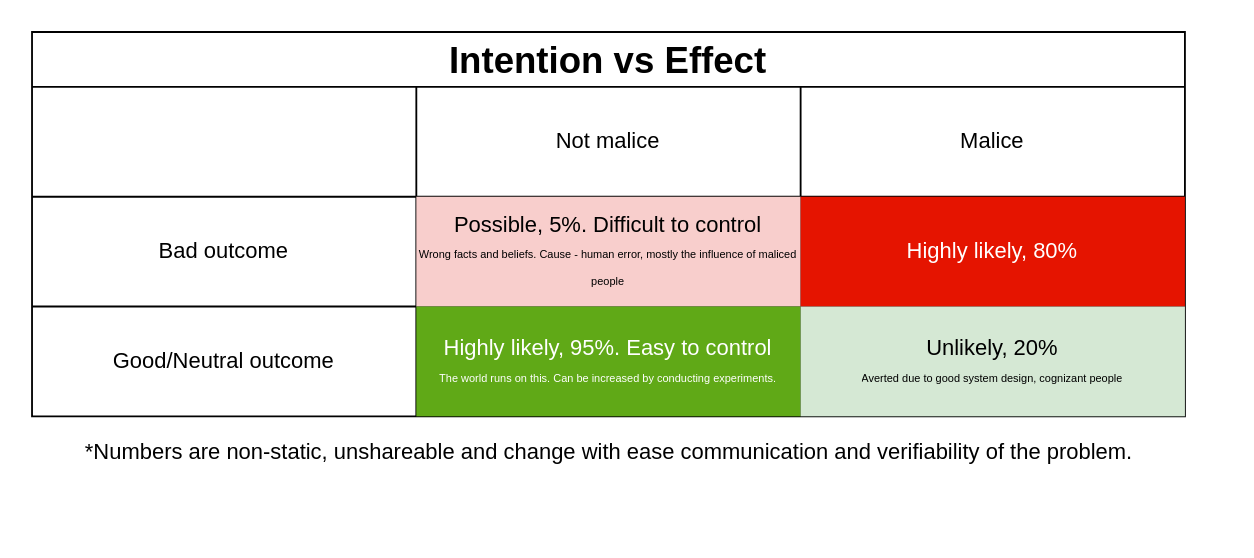
sanjar-life-flow/sanjar-PVS keeps this draw.io diagram as 15._Perception_Filter/malice_effect.drawio. Above is the earlier version. Source tidied: cells renumbered, new cells numbered last; positions are measured from the earlier drawing's top-left corner, leaving out a move shared by most shapes. Both pictures are drawn from the tidied source at 183%, with x=0, y=0 at pixel (31, 31).
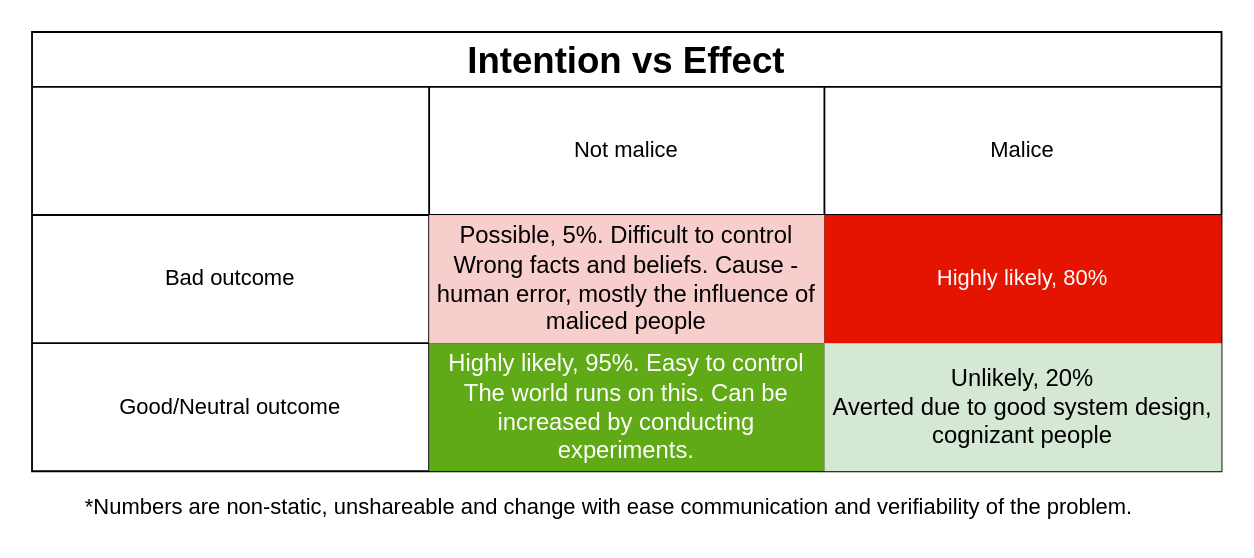
Above is the later version.

Commit message:
Small change to intention-cause table

The edit, as a diff of the source:
```diff
@@
 <mxGraphModel>
   <root>
     <mxCell id="0" />
     <mxCell id="1" parent="0" />
     <mxCell id="2" value="&lt;font style=&quot;font-size: 20px&quot;&gt;Intention vs Effect&lt;/font&gt;" style="shape=table;html=1;whiteSpace=wrap;startSize=30;childLayout=tableLayout;fontStyle=1;align=center;" parent="1" vertex="1">
-      <mxGeometry width="630" height="210" as="geometry" />
+      <mxGeometry width="650" height="240" as="geometry" />
     </mxCell>
     <mxCell id="3" style="shape=partialRectangle;html=1;whiteSpace=wrap;fillColor=none;top=0;left=0;bottom=0;right=0;" parent="2" vertex="1">
-      <mxGeometry y="30" width="630" height="60" as="geometry" />
+      <mxGeometry y="30" width="650" height="70" as="geometry" />
     </mxCell>
     <mxCell id="4" style="shape=partialRectangle;html=1;whiteSpace=wrap;fillColor=none;top=0;left=0;bottom=0;right=0;overflow=hidden;" parent="3" vertex="1">
-      <mxGeometry width="210" height="60" as="geometry" />
+      <mxGeometry width="217" height="70" as="geometry" />
     </mxCell>
     <mxCell id="5" value="Not malice" style="shape=partialRectangle;html=1;whiteSpace=wrap;fillColor=none;top=0;left=0;bottom=0;right=0;overflow=hidden;" parent="3" vertex="1">
-      <mxGeometry x="210" width="210" height="60" as="geometry" />
+      <mxGeometry x="217" width="216" height="70" as="geometry" />
     </mxCell>
     <mxCell id="6" value="Malice" style="shape=partialRectangle;html=1;whiteSpace=wrap;fillColor=none;top=0;left=0;bottom=0;right=0;overflow=hidden;" parent="3" vertex="1">
-      <mxGeometry x="420" width="210" height="60" as="geometry" />
+      <mxGeometry x="433" width="217" height="70" as="geometry" />
     </mxCell>
     <mxCell id="7" style="shape=partialRectangle;html=1;whiteSpace=wrap;fillColor=none;top=0;left=0;bottom=0;right=0;" parent="2" vertex="1">
-      <mxGeometry y="90" width="630" height="60" as="geometry" />
+      <mxGeometry y="100" width="650" height="70" as="geometry" />
     </mxCell>
     <mxCell id="8" value="&lt;font style=&quot;font-size: 12px&quot;&gt;Bad outcome&lt;/font&gt;" style="shape=partialRectangle;html=1;whiteSpace=wrap;fillColor=none;top=0;left=0;bottom=0;right=0;overflow=hidden;" parent="7" vertex="1">
-      <mxGeometry width="210" height="60" as="geometry" />
+      <mxGeometry width="217" height="70" as="geometry" />
     </mxCell>
-    <mxCell id="9" value="Possible, 5%. Difficult to control&lt;br&gt;&lt;font style=&quot;font-size: 6px&quot;&gt;Wrong facts and beliefs. Cause - human error, mostly the influence of maliced people&lt;/font&gt;" style="shape=partialRectangle;html=1;whiteSpace=wrap;fillColor=#f8cecc;top=0;left=0;bottom=0;right=0;overflow=hidden;strokeColor=#b85450;align=center;" parent="7" vertex="1">
-      <mxGeometry x="210" width="210" height="60" as="geometry" />
+    <mxCell id="9" value="&lt;font color=&quot;#000000&quot; style=&quot;font-size: 13px&quot;&gt;Possible, 5%. Difficult to control&lt;br&gt;&lt;font style=&quot;font-size: 13px&quot;&gt;Wrong facts and beliefs. Cause - human error, mostly the influence of maliced people&lt;/font&gt;&lt;/font&gt;" style="shape=partialRectangle;html=1;whiteSpace=wrap;fillColor=#f8cecc;top=0;left=0;bottom=0;right=0;overflow=hidden;strokeColor=#b85450;align=center;" parent="7" vertex="1">
+      <mxGeometry x="217" width="216" height="70" as="geometry" />
     </mxCell>
     <mxCell id="10" value="Highly likely, 80%" style="shape=partialRectangle;html=1;whiteSpace=wrap;fillColor=#e51400;top=0;left=0;bottom=0;right=0;overflow=hidden;strokeColor=#B20000;fontColor=#ffffff;" parent="7" vertex="1">
-      <mxGeometry x="420" width="210" height="60" as="geometry" />
+      <mxGeometry x="433" width="217" height="70" as="geometry" />
     </mxCell>
     <mxCell id="11" style="shape=partialRectangle;html=1;whiteSpace=wrap;fillColor=none;top=0;left=0;bottom=0;right=0;" parent="2" vertex="1">
-      <mxGeometry y="150" width="630" height="60" as="geometry" />
+      <mxGeometry y="170" width="650" height="70" as="geometry" />
     </mxCell>
     <mxCell id="12" value="Good/Neutral outcome" style="shape=partialRectangle;html=1;whiteSpace=wrap;fillColor=none;top=0;left=0;bottom=0;right=0;overflow=hidden;" parent="11" vertex="1">
-      <mxGeometry width="210" height="60" as="geometry" />
+      <mxGeometry width="217" height="70" as="geometry" />
     </mxCell>
-    <mxCell id="13" value="Highly likely, 95%. Easy to control&lt;br style=&quot;font-size: 6px&quot;&gt;&lt;font style=&quot;font-size: 6px&quot;&gt;The world runs on this. Can be increased by conducting experiments.&lt;/font&gt;" style="shape=partialRectangle;html=1;whiteSpace=wrap;fillColor=#60a917;top=0;left=0;bottom=0;right=0;overflow=hidden;strokeColor=#2D7600;fontColor=#ffffff;" parent="11" vertex="1">
-      <mxGeometry x="210" width="210" height="60" as="geometry" />
+    <mxCell id="13" value="&lt;font style=&quot;font-size: 13px&quot;&gt;Highly likely, 95%. Easy to control&lt;br&gt;&lt;font style=&quot;font-size: 13px&quot;&gt;The world runs on this. Can be increased by conducting experiments.&lt;/font&gt;&lt;/font&gt;" style="shape=partialRectangle;html=1;whiteSpace=wrap;fillColor=#60a917;top=0;left=0;bottom=0;right=0;overflow=hidden;strokeColor=#2D7600;fontColor=#ffffff;" parent="11" vertex="1">
+      <mxGeometry x="217" width="216" height="70" as="geometry" />
     </mxCell>
-    <mxCell id="14" value="Unlikely, 20%&lt;br&gt;&lt;font style=&quot;font-size: 6px&quot;&gt;Averted due to good system design, cognizant people&lt;/font&gt;" style="shape=partialRectangle;html=1;whiteSpace=wrap;fillColor=#d5e8d4;top=0;left=0;bottom=0;right=0;overflow=hidden;strokeColor=#82b366;" parent="11" vertex="1">
-      <mxGeometry x="420" width="210" height="60" as="geometry" />
+    <mxCell id="14" value="&lt;font color=&quot;#000000&quot; style=&quot;font-size: 13px&quot;&gt;Unlikely, 20%&lt;br&gt;&lt;font style=&quot;font-size: 13px&quot;&gt;Averted due to good system design, cognizant people&lt;/font&gt;&lt;/font&gt;" style="shape=partialRectangle;html=1;whiteSpace=wrap;fillColor=#d5e8d4;top=0;left=0;bottom=0;right=0;overflow=hidden;strokeColor=#82b366;" parent="11" vertex="1">
+      <mxGeometry x="433" width="217" height="70" as="geometry" />
     </mxCell>
     <mxCell id="15" value="*Numbers are non-static, unshareable and change with ease communication and verifiability of the problem." style="text;html=1;align=center;verticalAlign=middle;" parent="1" vertex="1">
-      <mxGeometry x="20" y="220" width="590" height="20" as="geometry" />
+      <mxGeometry x="20" y="250" width="590" height="20" as="geometry" />
     </mxCell>
   </root>
 </mxGraphModel>
```
